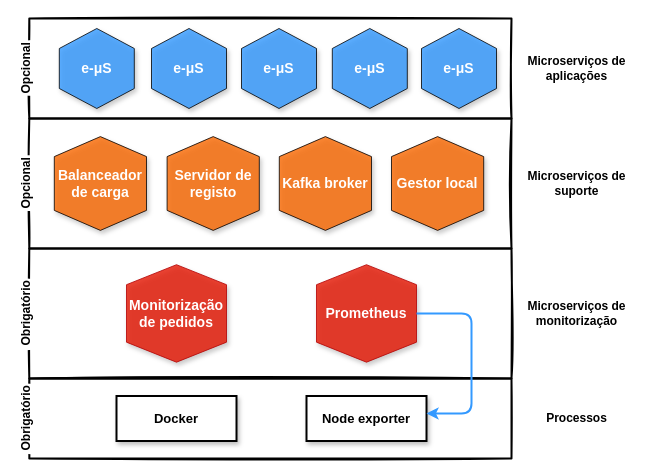
The draw.io diagram node.drawio in danielfct/master-thesis, before the edit. Source tidied: cells renumbered, new cells numbered last; positions are measured from the earlier drawing's top-left corner, leaving out a move shared by most shapes. Both pictures are drawn from the tidied source at 100%, with x=0, y=0 at pixel (-9, 18).
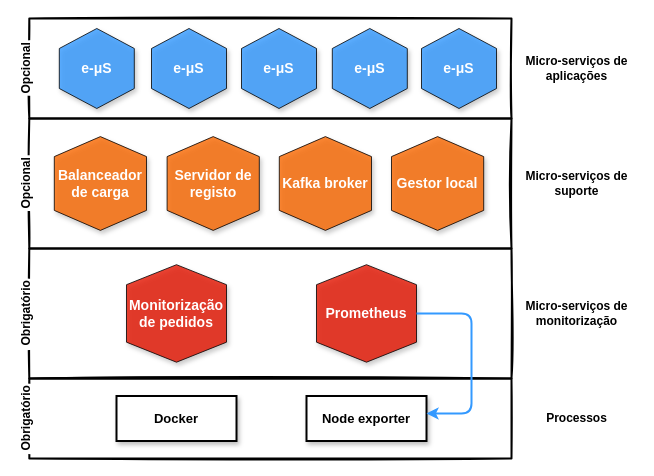
After the change.

What changed in the source:
```diff
@@
-    <mxCell id="9" value="Microserviços de &lt;br&gt;aplicações" style="text;html=1;align=center;verticalAlign=middle;rounded=0;shadow=0;glass=0;sketch=0;fontStyle=1;" parent="1" vertex="1">
-      <mxGeometry x="530" y="35" width="110" height="30" as="geometry" />
+    <mxCell id="9" value="Micro-serviços de &lt;br&gt;aplicações" style="text;html=1;align=center;verticalAlign=middle;rounded=0;shadow=0;glass=0;sketch=0;fontStyle=1;" parent="1" vertex="1">
+      <mxGeometry x="525" y="35" width="120" height="30" as="geometry" />
     </mxCell>
@@
-    <mxCell id="13" value="Microserviços de&lt;br&gt;suporte" style="text;html=1;align=center;verticalAlign=middle;fontStyle=1;" parent="1" vertex="1">
-      <mxGeometry x="530" y="150" width="110" height="30" as="geometry" />
+    <mxCell id="13" value="Micro-serviços de&lt;br&gt;suporte" style="text;html=1;align=center;verticalAlign=middle;fontStyle=1;" parent="1" vertex="1">
+      <mxGeometry x="525" y="150" width="120" height="30" as="geometry" />
     </mxCell>
@@
-    <mxCell id="15" value="&lt;b style=&quot;color: rgb(255 , 255 , 255) ; font-family: &amp;#34;arial&amp;#34; , sans-serif ; font-size: 14px ; text-align: left&quot;&gt;Monitorização de pedidos&lt;/b&gt;" style="shape=hexagon;perimeter=hexagonPerimeter2;whiteSpace=wrap;html=1;fixedSize=1;shadow=1;sketch=0;strokeWidth=1;direction=south;fillColor=#e51400;fontColor=#ffffff;strokeColor=#B20000;opacity=80;" parent="1" vertex="1">
+    <mxCell id="15" value="&lt;b style=&quot;color: rgb(255 , 255 , 255) ; font-family: &amp;#34;arial&amp;#34; , sans-serif ; font-size: 14px ; text-align: left&quot;&gt;Monitorização de pedidos&lt;/b&gt;" style="shape=hexagon;perimeter=hexagonPerimeter2;whiteSpace=wrap;html=1;fixedSize=1;shadow=1;sketch=0;strokeWidth=1;direction=south;fillColor=#e51400;fontColor=#ffffff;opacity=80;" parent="1" vertex="1">
       <mxGeometry x="135" y="246.2" width="100" height="97.5" as="geometry" />
     </mxCell>
@@
-    <mxCell id="18" value="&lt;b style=&quot;color: rgb(255 , 255 , 255) ; font-family: &amp;#34;arial&amp;#34; , sans-serif ; font-size: 14px ; text-align: left&quot;&gt;Prometheus&lt;/b&gt;" style="shape=hexagon;perimeter=hexagonPerimeter2;whiteSpace=wrap;html=1;fixedSize=1;shadow=1;sketch=0;strokeWidth=1;direction=south;fillColor=#e51400;fontColor=#ffffff;strokeColor=#B20000;opacity=80;" parent="1" vertex="1">
+    <mxCell id="18" value="&lt;b style=&quot;color: rgb(255 , 255 , 255) ; font-family: &amp;#34;arial&amp;#34; , sans-serif ; font-size: 14px ; text-align: left&quot;&gt;Prometheus&lt;/b&gt;" style="shape=hexagon;perimeter=hexagonPerimeter2;whiteSpace=wrap;html=1;fixedSize=1;shadow=1;sketch=0;strokeWidth=1;direction=south;fillColor=#e51400;fontColor=#ffffff;opacity=80;" parent="1" vertex="1">
       <mxGeometry x="325" y="246.2" width="100" height="97.5" as="geometry" />
     </mxCell>
-    <mxCell id="19" value="Microserviços de&lt;br&gt;monitorização" style="text;html=1;align=center;verticalAlign=middle;fontStyle=1;" parent="1" vertex="1">
-      <mxGeometry x="530" y="280" width="110" height="30" as="geometry" />
+    <mxCell id="19" value="Micro-serviços de&lt;br&gt;monitorização" style="text;html=1;align=center;verticalAlign=middle;fontStyle=1;" parent="1" vertex="1">
+      <mxGeometry x="525" y="280" width="120" height="30" as="geometry" />
     </mxCell>
```
